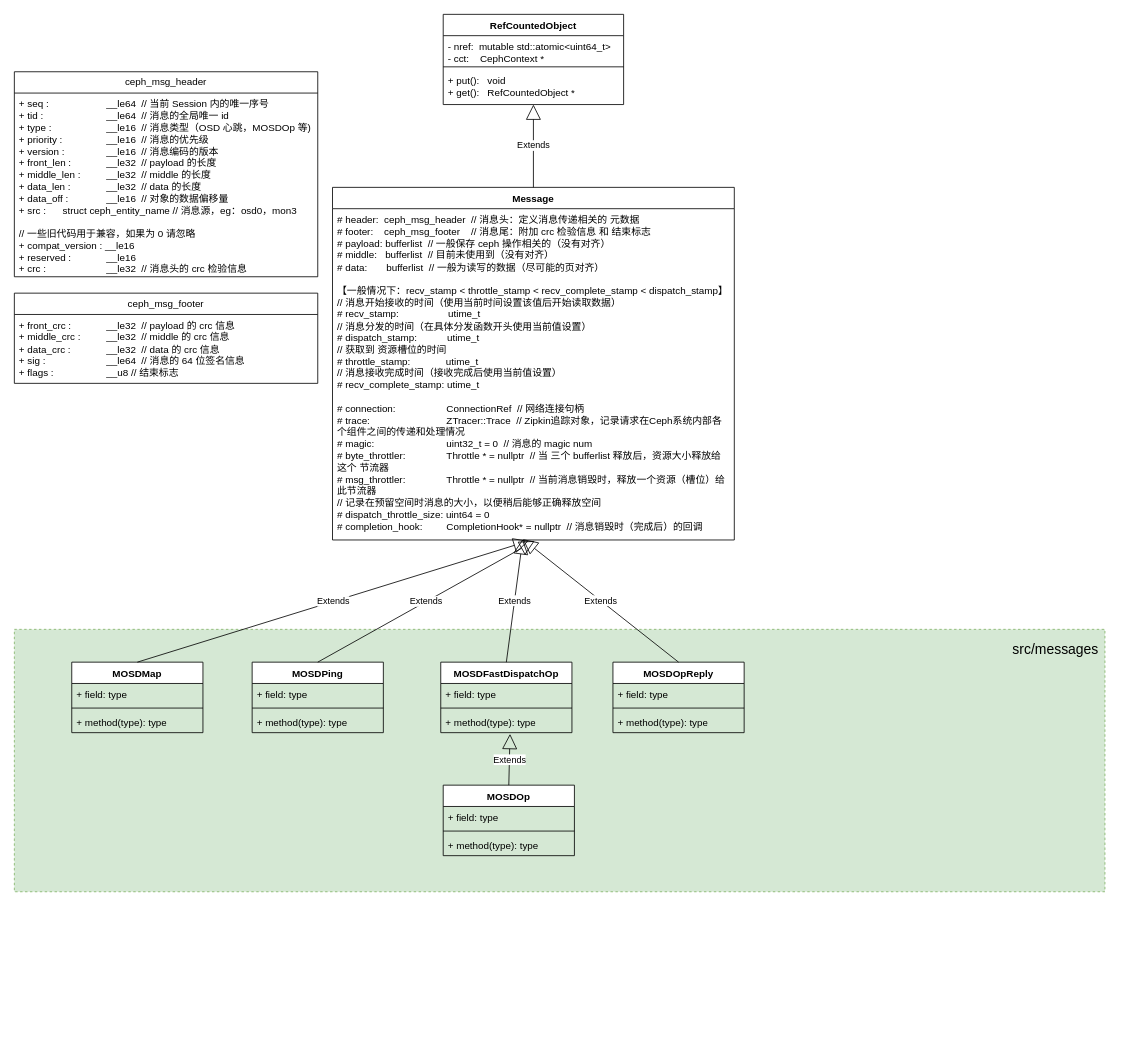
Before: Message.drawio in 1253757553/drawIO, a draw.io diagram. Source tidied: cells renumbered, new cells numbered last; positions are measured from the earlier drawing's top-left corner, leaving out a move shared by most shapes. Both pictures are drawn from the tidied source at 82%, with x=0, y=0 at pixel (14, 14).
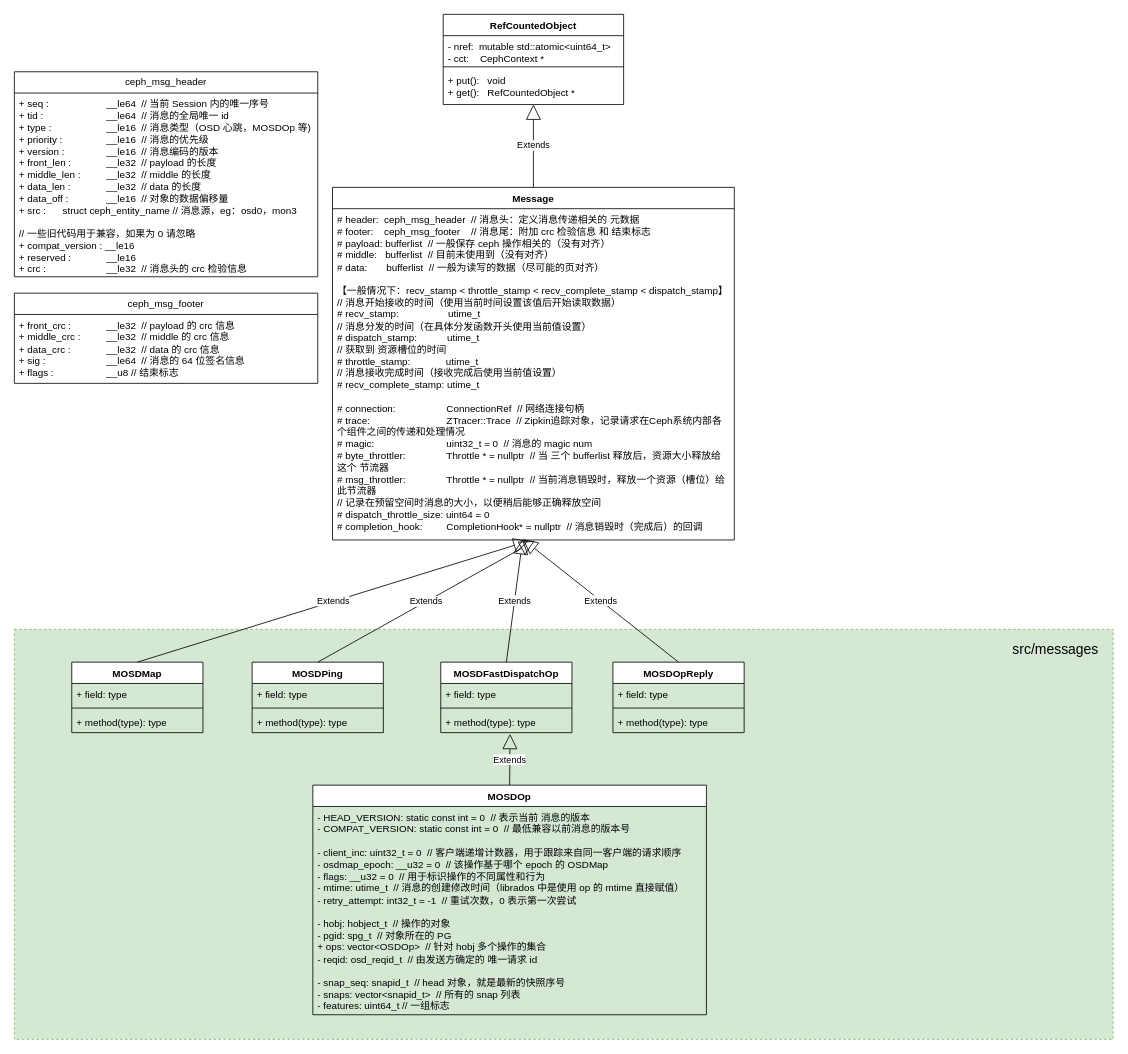
The same page after the edit.

Change to the diagram source:
```diff
@@
     <mxCell id="2" style="rounded=0;whiteSpace=wrap;html=1;labelBorderColor=none;fillColor=#d5e8d4;strokeColor=#82b366;dashed=1;" parent="1" vertex="1">
-      <mxGeometry y="750" width="1330" height="320" as="geometry" />
+      <mxGeometry y="750" width="1340" height="500" as="geometry" />
     </mxCell>
@@
     <mxCell id="30" value="MOSDOp" style="swimlane;fontStyle=1;align=center;verticalAlign=top;horizontal=1;startSize=26;whiteSpace=wrap;html=1;" parent="1" vertex="1">
-      <mxGeometry x="523" y="940" width="160" height="86" as="geometry" />
+      <mxGeometry x="364" y="940" width="480" height="280" as="geometry" />
     </mxCell>
-    <mxCell id="31" value="+ field: type" style="text;strokeColor=none;fillColor=none;align=left;verticalAlign=top;spacingLeft=4;spacingRight=4;overflow=hidden;whiteSpace=wrap;html=1;" parent="30" vertex="1">
-      <mxGeometry y="26" width="160" height="26" as="geometry" />
+    <mxCell id="31" value="&lt;div&gt;-&amp;nbsp;HEAD_VERSION: static const int = 0&amp;nbsp; // 表示当前 消息的版本&lt;/div&gt;&lt;div&gt;-&amp;nbsp;COMPAT_VERSION:&amp;nbsp;&lt;span style=&quot;background-color: initial;&quot;&gt;static const int = 0&amp;nbsp; // 最低兼容以前消息的版本号&lt;/span&gt;&lt;/div&gt;&lt;div&gt;&lt;br&gt;&lt;/div&gt;- client_inc:&amp;nbsp;uint32_t = 0&amp;nbsp; //&amp;nbsp;客户端递增计数器，用于跟踪来自同一客户端的请求顺序&lt;div&gt;-&amp;nbsp;osdmap_epoch:&amp;nbsp;__u32 = 0&amp;nbsp; // 该操作基于哪个 epoch 的 OSDMap&lt;/div&gt;&lt;div&gt;- flags:&amp;nbsp;__u32 = 0&amp;nbsp; //&amp;nbsp;用于标识操作的不同属性和行为&lt;/div&gt;&lt;div&gt;-&amp;nbsp;mtime:&amp;nbsp;utime_t&amp;nbsp; // 消息的创建修改时间（librados 中是使用 op 的 mtime 直接赋值）&lt;/div&gt;&lt;div&gt;-&amp;nbsp;retry_attempt: int32_t = -1&amp;nbsp; //&amp;nbsp;重试次数，0 表示第一次尝试&lt;/div&gt;&lt;div&gt;&lt;br&gt;&lt;/div&gt;&lt;div&gt;-&amp;nbsp;hobj:&amp;nbsp;hobject_t&amp;nbsp; //&amp;nbsp;操作的对象&lt;/div&gt;&lt;div&gt;-&amp;nbsp;pgid:&amp;nbsp;spg_t&amp;nbsp; //&amp;nbsp;对象所在的 PG&lt;/div&gt;&lt;div&gt;+&amp;nbsp;ops:&amp;nbsp;vector&amp;lt;OSDOp&amp;gt;&amp;nbsp; //&amp;nbsp;针对 hobj 多个操作的集合&lt;/div&gt;&lt;div&gt;-&amp;nbsp;reqid:&amp;nbsp;osd_reqid_t&amp;nbsp; // 由发送方确定的 唯一请求 id&lt;/div&gt;&lt;div&gt;&lt;br&gt;&lt;/div&gt;&lt;div&gt;-&amp;nbsp;snap_seq:&amp;nbsp;snapid_t&amp;nbsp; //&amp;nbsp;head 对象，就是最新的快照序号&lt;/div&gt;&lt;div&gt;-&amp;nbsp;snaps:&amp;nbsp;vector&amp;lt;snapid_t&amp;gt;&amp;nbsp; //&amp;nbsp;所有的 snap 列表&lt;/div&gt;&lt;div&gt;-&amp;nbsp;features:&amp;nbsp;uint64_t // 一组标志&lt;/div&gt;&lt;div&gt;&lt;br&gt;&lt;/div&gt;&lt;div&gt;&lt;br&gt;&lt;/div&gt;" style="text;strokeColor=none;fillColor=none;align=left;verticalAlign=top;spacingLeft=4;spacingRight=4;overflow=hidden;whiteSpace=wrap;html=1;" parent="30" vertex="1">
+      <mxGeometry y="26" width="480" height="254" as="geometry" />
     </mxCell>
-    <mxCell id="32" style="line;strokeWidth=1;fillColor=none;align=left;verticalAlign=middle;spacingTop=-1;spacingLeft=3;spacingRight=3;labelPosition=right;strokeColor=inherit;" parent="30" vertex="1">
-      <mxGeometry y="52" width="160" height="8" as="geometry" />
-    </mxCell>
-    <mxCell id="33" value="+ method(type): type" style="text;strokeColor=none;fillColor=none;align=left;verticalAlign=top;spacingLeft=4;spacingRight=4;overflow=hidden;whiteSpace=wrap;html=1;" parent="30" vertex="1">
-      <mxGeometry y="60" width="160" height="26" as="geometry" />
-    </mxCell>
```
